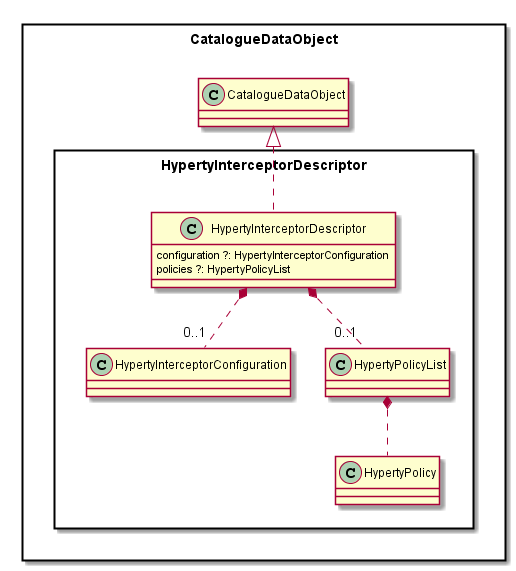
Earlier version of the PlantUML export docs/datamodel/core/hyperty-catalogue/Hyperty-Interceptor-Descriptor-Data-Object-Model.png (reTHINK-project/dev-service-framework).
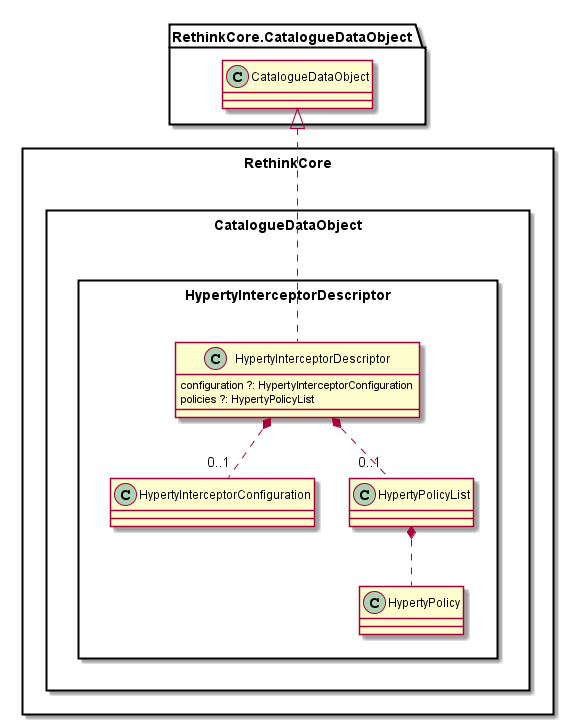
After the commit.

What changed in the source:
```diff
@@ -1,36 +1,35 @@
 @startuml "../../docs/datamodel/core/hyperty-catalogue/Hyperty-Interceptor-Descriptor-Data-Object-Model.png"
 
+package RethinkCore <<Rect>> {
 
-package CatalogueDataObject <<Rect>> {
+	package CatalogueDataObject <<Rect>> {
 
-package HypertyInterceptorDescriptor <<Rect>> {
+		package HypertyInterceptorDescriptor <<Rect>> {
+
+			class HypertyInterceptorDescriptor {
+				configuration ?: HypertyInterceptorConfiguration
+				policies ?: HypertyPolicyList
+			}
+
+			class HypertyInterceptorConfiguration {
+			}
 
 
-	class HypertyInterceptorDescriptor {
-		configuration ?: HypertyInterceptorConfiguration
-		policies ?: HypertyPolicyList
-	}
+			class HypertyPolicyList {
+			}
 
-	class HypertyInterceptorConfiguration {
-	}
+			class HypertyPolicy {
+			}
 
 
-	class HypertyPolicyList {
+			HypertyInterceptorDescriptor .up.|> RethinkCore.CatalogueDataObject.CatalogueDataObject
+
+			HypertyInterceptorDescriptor *.. "0..1" HypertyPolicyList
+			HypertyInterceptorDescriptor *.. "0..1" HypertyInterceptorConfiguration
+
+			HypertyPolicyList *.. HypertyPolicy
+		}
+
 	}
-
-	class HypertyPolicy {
-	}
-
-
-	HypertyInterceptorDescriptor .up.|> CatalogueDataObject.CatalogueDataObject
-
-	HypertyInterceptorDescriptor *.. "0..1" HypertyPolicyList
-	HypertyInterceptorDescriptor *.. "0..1" HypertyInterceptorConfiguration
-
-	HypertyPolicyList *.. HypertyPolicy
-
-
-}
-
 }
 @enduml
```
